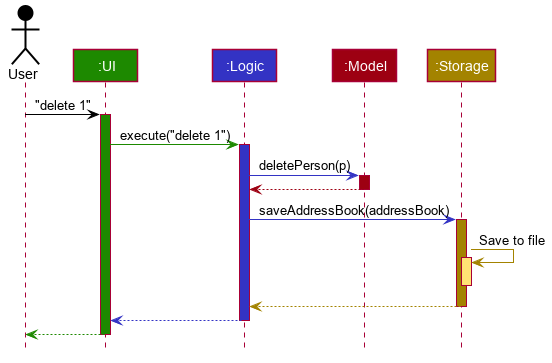
Earlier version of the PlantUML export docs/images/ArchitectureSequenceDiagram.png (nus-cs2103-AY1920S1/addressbook-level3).
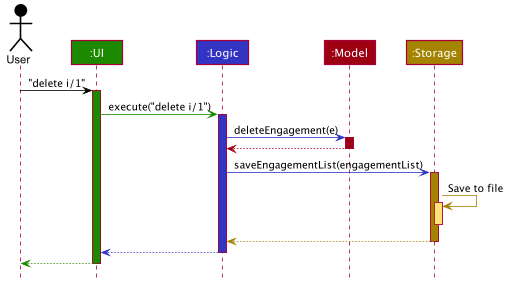
Later version of the same file.

Commit message:
Update architecture sequence diagram

Change to the diagram source:
```diff
@@ -54,19 +54,19 @@
 Participant ":Model" as model #9D0012
 Participant ":Storage" as storage #A38300
 
-user -[#000000]> ui : "delete 1"
+user -[#000000]> ui : "delete i/1"
 activate ui #1D8900
 
-ui -[#1D8900]> logic : execute("delete 1")
+ui -[#1D8900]> logic : execute("delete i/1")
 activate logic #3333C4
 
-logic -[#3333C4]> model : deletePerson(p)
+logic -[#3333C4]> model : deleteEngagement(e)
 activate model #9D0012
 
 model -[#9D0012]-> logic
 deactivate model
 
-logic -[#3333C4]> storage : saveAddressBook(addressBook)
+logic -[#3333C4]> storage : saveEngagementList(engagementList)
 activate storage #A38300
 
 storage -[#A38300]> storage : Save to file
```
